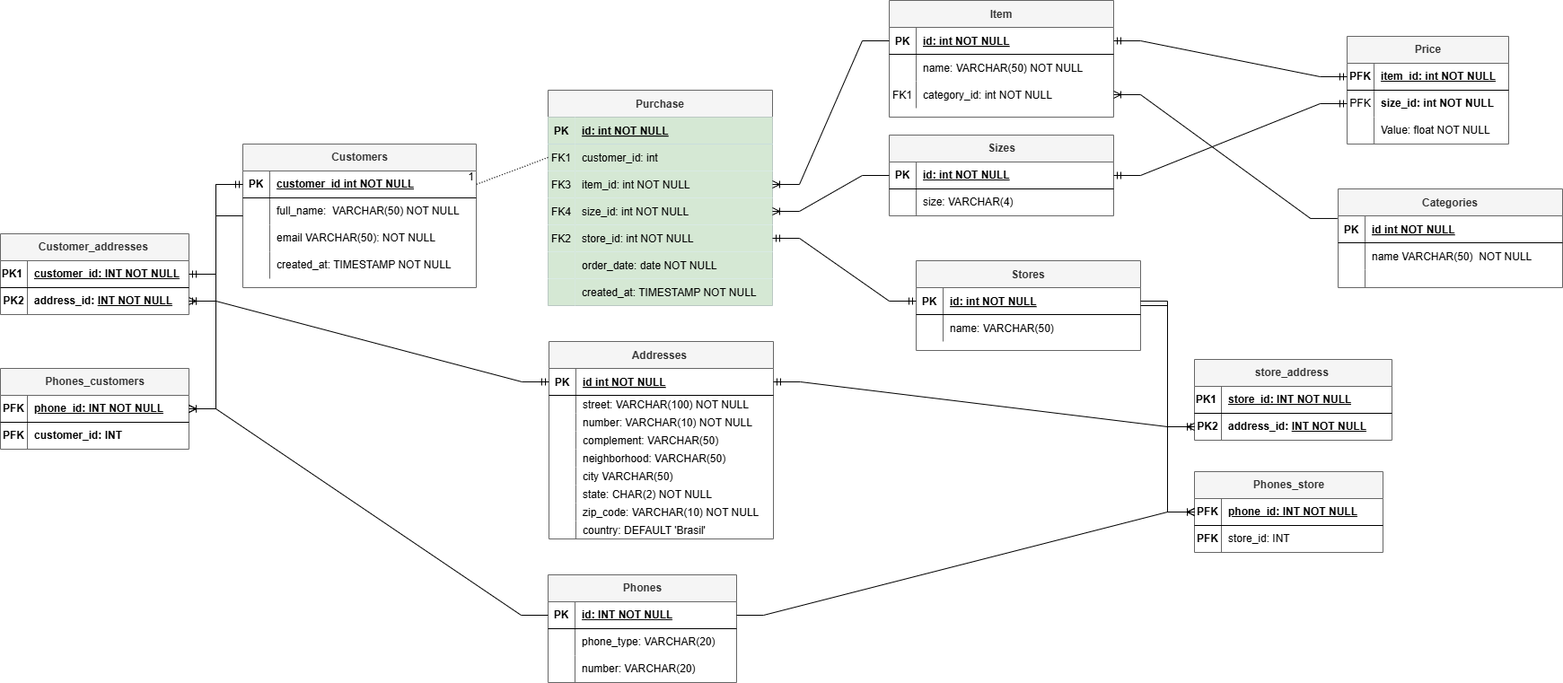
This is E_commerce_OLTP_schema.png from ruancastro/e-commercy-database, a draw.io export, as it was before one commit. Source tidied: cells renumbered, new cells last; positions are measured from the earlier drawing's top-left corner, leaving out a move shared by most shapes.
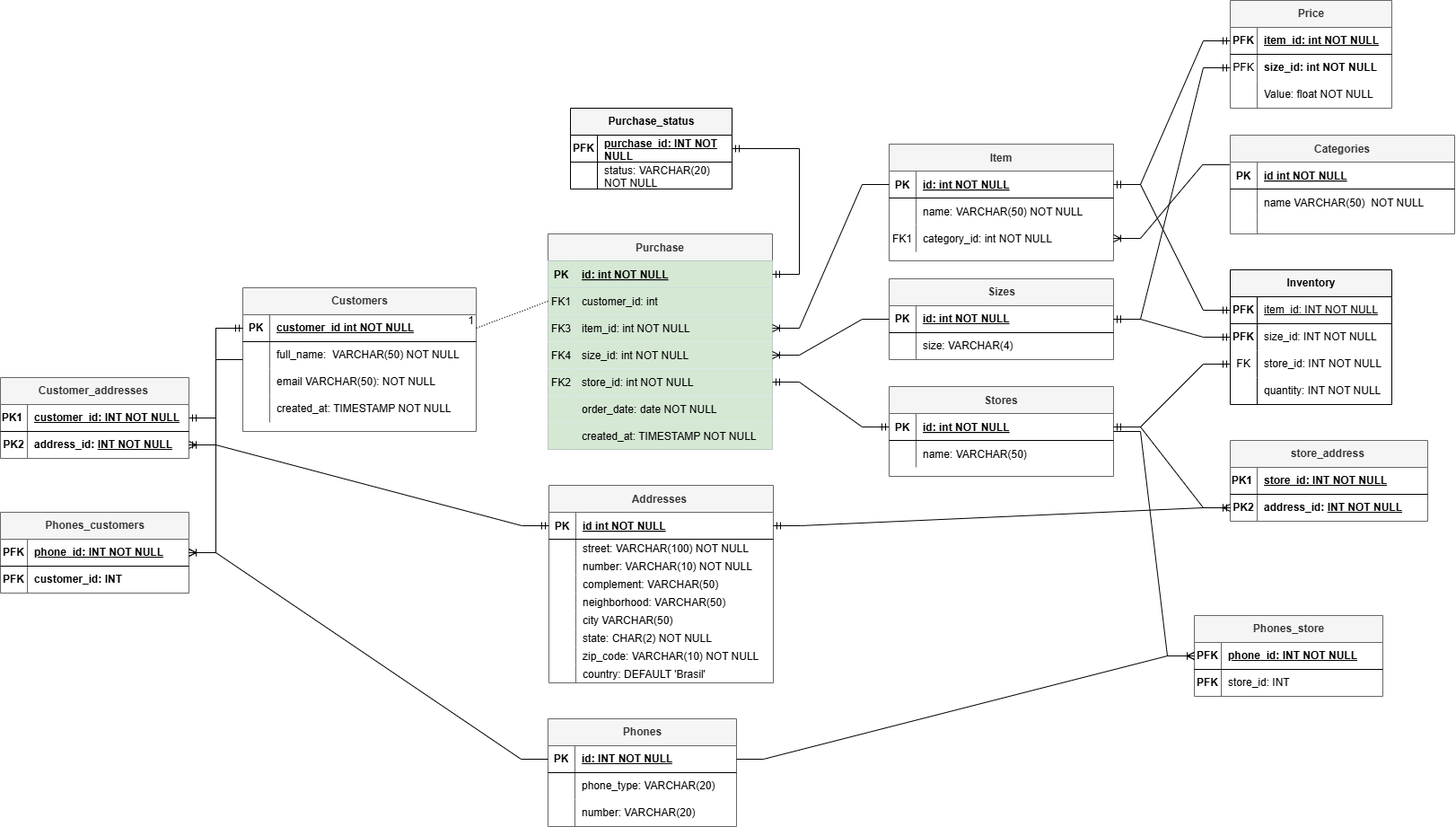
The same file after the commit.

Commit message:
Adding inventory and purchase status

The edit, as a diff of the source:
```diff
@@ -3,7 +3,7 @@
     <mxCell id="0" />
     <mxCell id="1" parent="0" />
     <mxCell id="2" value="Stores" style="shape=table;startSize=30;rowLines=0;fontStyle=1;align=center;fillColor=#f5f5f5;fontColor=#333333;strokeColor=#666666;" parent="1" vertex="1">
-      <mxGeometry x="1020" y="290" width="250" height="100" as="geometry" />
+      <mxGeometry x="990" y="270" width="250" height="100" as="geometry" />
     </mxCell>
     <mxCell id="3" style="shape=partialRectangle;fillColor=none;points=[[0,0.5],[1,0.5]];portConstraint=eastwest;top=0;left=0;right=0;bottom=1;" parent="2" vertex="1">
       <mxGeometry y="30" width="250" height="30" as="geometry" />
@@ -120,7 +120,7 @@
       <mxGeometry x="30" width="220" height="30" as="geometry" />
     </mxCell>
     <mxCell id="41" value="Categories" style="shape=table;startSize=30;rowLines=0;fontStyle=1;align=center;fillColor=#f5f5f5;fontColor=#333333;strokeColor=#666666;" parent="1" vertex="1">
-      <mxGeometry x="1490" y="210" width="250" height="110" as="geometry" />
+      <mxGeometry x="1370" y="-10" width="250" height="110" as="geometry" />
     </mxCell>
     <mxCell id="42" style="shape=partialRectangle;fillColor=none;points=[[0,0.5],[1,0.5]];portConstraint=eastwest;top=0;left=0;right=0;bottom=1;" parent="41" vertex="1">
       <mxGeometry y="30" width="250" height="30" as="geometry" />
@@ -327,7 +327,7 @@
       <mxGeometry relative="1" as="geometry" />
     </mxCell>
     <mxCell id="110" value="store_address&amp;nbsp;" style="shape=table;startSize=30;rowLines=0;fontStyle=1;align=center;html=1;fillColor=#f5f5f5;fontColor=#333333;strokeColor=#666666;" parent="1" vertex="1">
-      <mxGeometry x="1330" y="400" width="220" height="90" as="geometry" />
+      <mxGeometry x="1370" y="330" width="220" height="90" as="geometry" />
     </mxCell>
     <mxCell id="111" style="shape=tableRow;horizontal=0;startSize=0;swimlaneHead=0;swimlaneBody=0;fillColor=none;top=0;left=0;right=0;bottom=1;" parent="110" vertex="1">
       <mxGeometry y="30" width="220" height="30" as="geometry" />
@@ -357,7 +357,7 @@
       <mxGeometry relative="1" as="geometry" />
     </mxCell>
     <mxCell id="120" value="Price" style="shape=table;startSize=30;rowLines=0;fontStyle=1;align=center;html=1;fillColor=#f5f5f5;fontColor=#333333;strokeColor=#666666;" parent="1" vertex="1">
-      <mxGeometry x="1500" y="40" width="180" height="120" as="geometry" />
+      <mxGeometry x="1370" y="-160" width="180" height="120" as="geometry" />
     </mxCell>
     <mxCell id="121" style="shape=tableRow;horizontal=0;startSize=0;swimlaneHead=0;swimlaneBody=0;fillColor=none;points=[[0,0.5],[1,0.5]];portConstraint=eastwest;top=0;left=0;right=0;bottom=1;" parent="120" vertex="1">
       <mxGeometry y="30" width="180" height="30" as="geometry" />
@@ -492,5 +492,77 @@
     <mxCell id="163" style="edgeStyle=entityRelationEdgeStyle;fontSize=12;html=1;endArrow=ERoneToMany;rounded=0;" parent="1" edge="1" source="131" target="19">
       <mxGeometry relative="1" as="geometry" />
     </mxCell>
+    <mxCell id="164" value="&lt;div&gt;Inventory&lt;/div&gt;" style="shape=table;startSize=30;rowLines=0;fontStyle=1;align=center;html=1;fillColor=#F5F5F5;" parent="1" vertex="1">
+      <mxGeometry x="1370" y="140" width="180" height="150" as="geometry" />
+    </mxCell>
+    <mxCell id="165" style="shape=tableRow;horizontal=0;startSize=0;swimlaneHead=0;swimlaneBody=0;fillColor=none;points=[[0,0.5],[1,0.5]];portConstraint=eastwest;top=0;left=0;right=0;bottom=1;" parent="164" vertex="1">
+      <mxGeometry y="30" width="180" height="30" as="geometry" />
+    </mxCell>
+    <mxCell id="166" value="PFK" style="shape=partialRectangle;fillColor=none;top=0;left=0;bottom=0;right=0;fontStyle=1;overflow=hidden;whiteSpace=wrap;html=1;" parent="165" vertex="1">
+      <mxGeometry width="30" height="30" as="geometry" />
+    </mxCell>
+    <mxCell id="167" value="&lt;span style=&quot;font-weight: 400;&quot;&gt;item_id: INT NOT NULL&lt;/span&gt;" style="shape=partialRectangle;fillColor=none;top=0;left=0;bottom=0;right=0;align=left;spacingLeft=6;fontStyle=5;overflow=hidden;whiteSpace=wrap;html=1;" parent="165" vertex="1">
+      <mxGeometry x="30" width="150" height="30" as="geometry" />
+    </mxCell>
+    <mxCell id="168" style="shape=tableRow;horizontal=0;startSize=0;swimlaneHead=0;swimlaneBody=0;fillColor=none;points=[[0,0.5],[1,0.5]];portConstraint=eastwest;top=0;left=0;right=0;bottom=0;" parent="164" vertex="1">
+      <mxGeometry y="60" width="180" height="30" as="geometry" />
+    </mxCell>
+    <mxCell id="169" value="&lt;span style=&quot;font-weight: 700;&quot;&gt;PFK&lt;/span&gt;" style="shape=partialRectangle;fillColor=none;top=0;left=0;bottom=0;right=0;overflow=hidden;whiteSpace=wrap;html=1;" parent="168" vertex="1">
+      <mxGeometry width="30" height="30" as="geometry" />
+    </mxCell>
+    <mxCell id="170" value="&lt;div&gt;size_id: INT NOT NULL&lt;/div&gt;" style="shape=partialRectangle;fillColor=none;top=0;left=0;bottom=0;right=0;align=left;spacingLeft=6;overflow=hidden;whiteSpace=wrap;html=1;" parent="168" vertex="1">
+      <mxGeometry x="30" width="150" height="30" as="geometry" />
+    </mxCell>
+    <mxCell id="171" style="shape=tableRow;horizontal=0;startSize=0;swimlaneHead=0;swimlaneBody=0;fillColor=none;points=[[0,0.5],[1,0.5]];portConstraint=eastwest;top=0;left=0;right=0;bottom=0;" parent="164" vertex="1">
+      <mxGeometry y="90" width="180" height="30" as="geometry" />
+    </mxCell>
+    <mxCell id="172" value="FK" style="shape=partialRectangle;fillColor=none;top=0;left=0;bottom=0;right=0;overflow=hidden;whiteSpace=wrap;html=1;" parent="171" vertex="1">
+      <mxGeometry width="30" height="30" as="geometry" />
+    </mxCell>
+    <mxCell id="173" value="&lt;div&gt;store_id:&amp;nbsp;&lt;span style=&quot;background-color: transparent; color: light-dark(rgb(0, 0, 0), rgb(255, 255, 255));&quot;&gt;INT NOT NULL&lt;/span&gt;&lt;/div&gt;" style="shape=partialRectangle;fillColor=none;top=0;left=0;bottom=0;right=0;align=left;spacingLeft=6;overflow=hidden;whiteSpace=wrap;html=1;" parent="171" vertex="1">
+      <mxGeometry x="30" width="150" height="30" as="geometry" />
+    </mxCell>
+    <mxCell id="174" style="shape=tableRow;horizontal=0;startSize=0;swimlaneHead=0;swimlaneBody=0;fillColor=none;top=0;left=0;right=0;bottom=0;" parent="164" vertex="1">
+      <mxGeometry y="120" width="180" height="30" as="geometry" />
+    </mxCell>
+    <mxCell id="175" style="shape=partialRectangle;fillColor=none;top=0;left=0;bottom=0;right=0;overflow=hidden;whiteSpace=wrap;html=1;" parent="174" vertex="1">
+      <mxGeometry width="30" height="30" as="geometry" />
+    </mxCell>
+    <mxCell id="176" value="&lt;div&gt;quantity:&amp;nbsp;&lt;span style=&quot;background-color: transparent; color: light-dark(rgb(0, 0, 0), rgb(255, 255, 255));&quot;&gt;INT NOT NULL&lt;/span&gt;&lt;/div&gt;" style="shape=partialRectangle;fillColor=none;top=0;left=0;bottom=0;right=0;align=left;spacingLeft=6;overflow=hidden;whiteSpace=wrap;html=1;" parent="174" vertex="1">
+      <mxGeometry x="30" width="150" height="30" as="geometry" />
+    </mxCell>
+    <mxCell id="177" style="edgeStyle=entityRelationEdgeStyle;fontSize=12;html=1;endArrow=ERmandOne;startArrow=ERmandOne;rounded=0;" parent="1" edge="1" source="32" target="165">
+      <mxGeometry relative="1" as="geometry" />
+    </mxCell>
+    <mxCell id="178" style="edgeStyle=entityRelationEdgeStyle;fontSize=12;html=1;endArrow=ERmandOne;startArrow=ERmandOne;rounded=0;" parent="1" edge="1" source="131" target="168">
+      <mxGeometry relative="1" as="geometry" />
+    </mxCell>
+    <mxCell id="179" style="edgeStyle=entityRelationEdgeStyle;fontSize=12;html=1;endArrow=ERmandOne;startArrow=ERmandOne;rounded=0;" parent="1" edge="1" source="3" target="171">
+      <mxGeometry relative="1" as="geometry" />
+    </mxCell>
+    <mxCell id="180" value="Purchase_status" style="shape=table;startSize=30;rowLines=0;fontStyle=1;align=center;html=1;fillColor=#F5F5F5;" parent="1" vertex="1">
+      <mxGeometry x="635" y="-40" width="180" height="90" as="geometry" />
+    </mxCell>
+    <mxCell id="181" style="shape=tableRow;horizontal=0;startSize=0;swimlaneHead=0;swimlaneBody=0;fillColor=none;points=[[0,0.5],[1,0.5]];portConstraint=eastwest;top=0;left=0;right=0;bottom=1;" parent="180" vertex="1">
+      <mxGeometry y="30" width="180" height="30" as="geometry" />
+    </mxCell>
+    <mxCell id="182" value="PFK" style="shape=partialRectangle;fillColor=none;top=0;left=0;bottom=0;right=0;fontStyle=1;overflow=hidden;whiteSpace=wrap;html=1;" parent="181" vertex="1">
+      <mxGeometry width="30" height="30" as="geometry" />
+    </mxCell>
+    <mxCell id="183" value="purchase_id: INT NOT NULL" style="shape=partialRectangle;fillColor=none;top=0;left=0;bottom=0;right=0;align=left;spacingLeft=6;fontStyle=5;overflow=hidden;whiteSpace=wrap;html=1;" parent="181" vertex="1">
+      <mxGeometry x="30" width="150" height="30" as="geometry" />
+    </mxCell>
+    <mxCell id="184" style="shape=tableRow;horizontal=0;startSize=0;swimlaneHead=0;swimlaneBody=0;fillColor=none;top=0;left=0;right=0;bottom=0;" parent="180" vertex="1">
+      <mxGeometry y="60" width="180" height="30" as="geometry" />
+    </mxCell>
+    <mxCell id="185" style="shape=partialRectangle;fillColor=none;top=0;left=0;bottom=0;right=0;overflow=hidden;whiteSpace=wrap;html=1;" parent="184" vertex="1">
+      <mxGeometry width="30" height="30" as="geometry" />
+    </mxCell>
+    <mxCell id="186" value="status: VARCHAR(20) NOT NULL" style="shape=partialRectangle;fillColor=none;top=0;left=0;bottom=0;right=0;align=left;spacingLeft=6;overflow=hidden;whiteSpace=wrap;html=1;" parent="184" vertex="1">
+      <mxGeometry x="30" width="150" height="30" as="geometry" />
+    </mxCell>
+    <mxCell id="187" style="edgeStyle=entityRelationEdgeStyle;fontSize=12;html=1;endArrow=ERmandOne;startArrow=ERmandOne;rounded=0;" parent="1" edge="1" source="10" target="181">
+      <mxGeometry relative="1" as="geometry" />
+    </mxCell>
   </root>
 </mxGraphModel>
```
